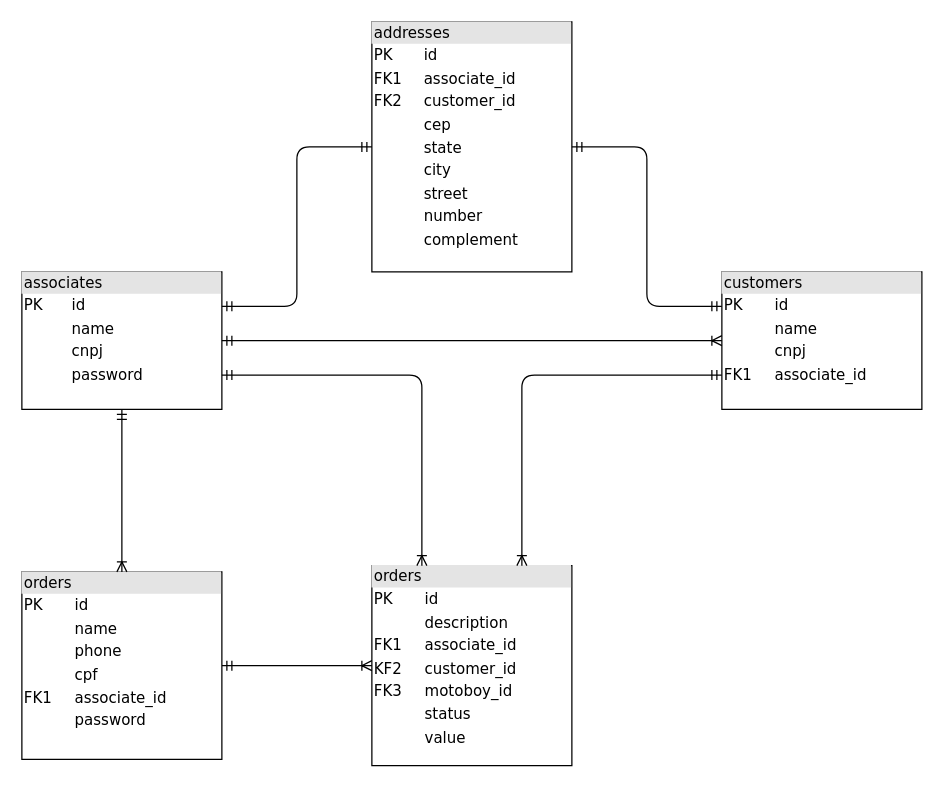
Before: diagram-relational.drawio in juliolmuller/ufpr-delivery-api, a draw.io diagram. Source tidied: cells renumbered, new cells numbered last; positions are measured from the earlier drawing's top-left corner, leaving out a move shared by most shapes. Both pictures are drawn from the tidied source at 125%, with x=0, y=0 at pixel (21, 21).
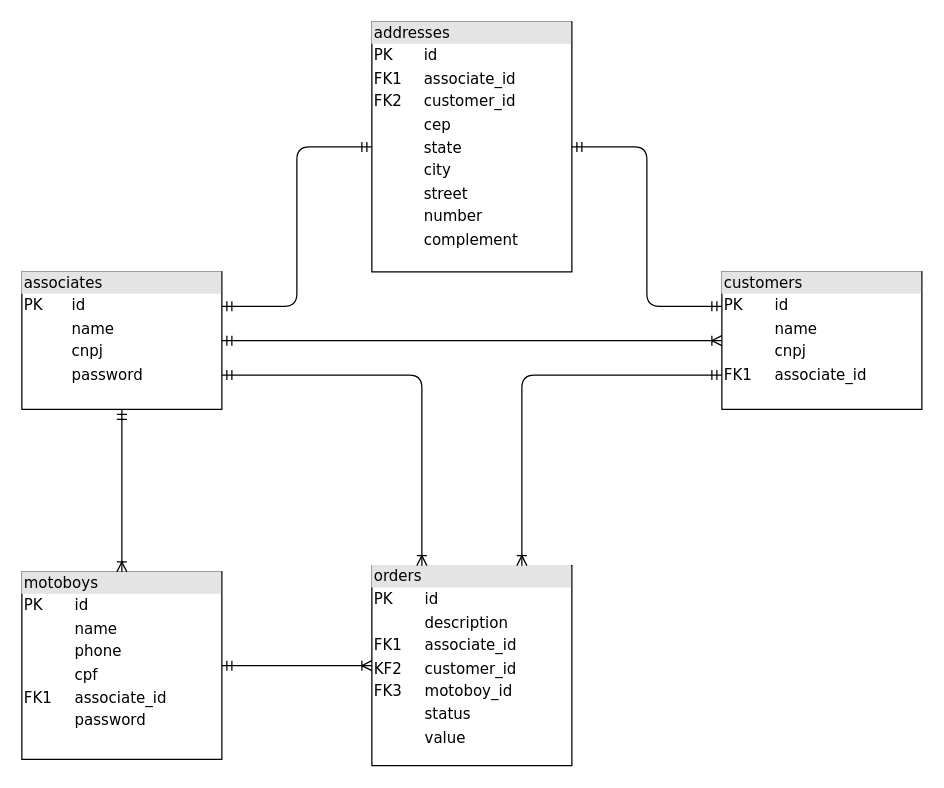
The same diagram, later.

Commit message (it also covers changes not shown here):
Fix table name

Diff of the diagram source:
```diff
@@
 <mxGraphModel>
   <root>
     <mxCell id="0" />
     <mxCell id="1" parent="0" />
     <mxCell id="2" value="&lt;div style=&quot;box-sizing: border-box ; width: 100% ; background: #e4e4e4 ; padding: 2px&quot;&gt;addresses&lt;/div&gt;&lt;table style=&quot;width: 100% ; font-size: 1em&quot; cellpadding=&quot;2&quot; cellspacing=&quot;0&quot;&gt;&lt;tbody&gt;&lt;tr&gt;&lt;td&gt;PK&lt;/td&gt;&lt;td&gt;id&lt;/td&gt;&lt;/tr&gt;&lt;tr&gt;&lt;td&gt;FK1&lt;/td&gt;&lt;td&gt;associate_id&lt;/td&gt;&lt;/tr&gt;&lt;tr&gt;&lt;td&gt;FK2&lt;/td&gt;&lt;td&gt;customer_id&lt;/td&gt;&lt;/tr&gt;&lt;tr&gt;&lt;td&gt;&lt;br&gt;&lt;/td&gt;&lt;td&gt;cep&lt;/td&gt;&lt;/tr&gt;&lt;tr&gt;&lt;td&gt;&lt;br&gt;&lt;/td&gt;&lt;td&gt;state&lt;br&gt;&lt;/td&gt;&lt;/tr&gt;&lt;tr&gt;&lt;td&gt;&lt;br&gt;&lt;/td&gt;&lt;td&gt;city&lt;br&gt;&lt;/td&gt;&lt;/tr&gt;&lt;tr&gt;&lt;td&gt;&lt;br&gt;&lt;/td&gt;&lt;td&gt;street&lt;br&gt;&lt;/td&gt;&lt;/tr&gt;&lt;tr&gt;&lt;td&gt;&lt;br&gt;&lt;/td&gt;&lt;td&gt;number&lt;br&gt;&lt;/td&gt;&lt;/tr&gt;&lt;tr&gt;&lt;td&gt;&lt;br&gt;&lt;/td&gt;&lt;td&gt;complement&lt;/td&gt;&lt;/tr&gt;&lt;tr&gt;&lt;td&gt;&lt;br&gt;&lt;/td&gt;&lt;td&gt;&lt;/td&gt;&lt;/tr&gt;&lt;/tbody&gt;&lt;/table&gt;" style="verticalAlign=top;align=left;overflow=fill;html=1;rounded=0;shadow=0;comic=0;labelBackgroundColor=none;strokeWidth=1;fontFamily=Verdana;fontSize=12;" parent="1" vertex="1">
       <mxGeometry x="280" width="160" height="200" as="geometry" />
     </mxCell>
     <mxCell id="3" value="&lt;div style=&quot;box-sizing: border-box ; width: 100% ; background: #e4e4e4 ; padding: 2px&quot;&gt;orders&lt;/div&gt;&lt;table style=&quot;width: 100% ; font-size: 1em&quot; cellpadding=&quot;2&quot; cellspacing=&quot;0&quot;&gt;&lt;tbody&gt;&lt;tr&gt;&lt;td&gt;PK&lt;/td&gt;&lt;td&gt;id&lt;/td&gt;&lt;/tr&gt;&lt;tr&gt;&lt;td&gt;&lt;br&gt;&lt;/td&gt;&lt;td&gt;description&lt;/td&gt;&lt;/tr&gt;&lt;tr&gt;&lt;td&gt;FK1&lt;/td&gt;&lt;td&gt;associate_id&lt;/td&gt;&lt;/tr&gt;&lt;tr&gt;&lt;td&gt;KF2&lt;/td&gt;&lt;td&gt;customer_id&lt;br&gt;&lt;/td&gt;&lt;/tr&gt;&lt;tr&gt;&lt;td&gt;FK3&lt;/td&gt;&lt;td&gt;motoboy_id&lt;br&gt;&lt;/td&gt;&lt;/tr&gt;&lt;tr&gt;&lt;td&gt;&lt;br&gt;&lt;/td&gt;&lt;td&gt;status&lt;br&gt;&lt;/td&gt;&lt;/tr&gt;&lt;tr&gt;&lt;td&gt;&lt;br&gt;&lt;/td&gt;&lt;td&gt;value&lt;br&gt;&lt;/td&gt;&lt;/tr&gt;&lt;tr&gt;&lt;td&gt;&lt;br&gt;&lt;/td&gt;&lt;td&gt;&lt;br&gt;&lt;/td&gt;&lt;/tr&gt;&lt;/tbody&gt;&lt;/table&gt;" style="verticalAlign=top;align=left;overflow=fill;html=1;rounded=0;shadow=0;comic=0;labelBackgroundColor=none;strokeWidth=1;fontFamily=Verdana;fontSize=12;" parent="1" vertex="1">
       <mxGeometry x="280" y="435" width="160" height="160" as="geometry" />
     </mxCell>
     <mxCell id="4" value="&lt;div style=&quot;box-sizing: border-box ; width: 100% ; background: #e4e4e4 ; padding: 2px&quot;&gt;associates&lt;/div&gt;&lt;table style=&quot;width: 100% ; font-size: 1em&quot; cellpadding=&quot;2&quot; cellspacing=&quot;0&quot;&gt;&lt;tbody&gt;&lt;tr&gt;&lt;td&gt;PK&lt;/td&gt;&lt;td&gt;id&lt;/td&gt;&lt;/tr&gt;&lt;tr&gt;&lt;td&gt;&lt;br&gt;&lt;/td&gt;&lt;td&gt;name&lt;/td&gt;&lt;/tr&gt;&lt;tr&gt;&lt;td&gt;&lt;/td&gt;&lt;td&gt;cnpj&lt;/td&gt;&lt;/tr&gt;&lt;tr&gt;&lt;td&gt;&lt;br&gt;&lt;/td&gt;&lt;td&gt;password&lt;/td&gt;&lt;/tr&gt;&lt;tr&gt;&lt;td&gt;&lt;br&gt;&lt;/td&gt;&lt;td&gt;&lt;br&gt;&lt;/td&gt;&lt;/tr&gt;&lt;/tbody&gt;&lt;/table&gt;" style="verticalAlign=top;align=left;overflow=fill;html=1;rounded=0;shadow=0;comic=0;labelBackgroundColor=none;strokeWidth=1;fontFamily=Verdana;fontSize=12;" parent="1" vertex="1">
       <mxGeometry y="200" width="160" height="110" as="geometry" />
     </mxCell>
     <mxCell id="5" style="edgeStyle=orthogonalEdgeStyle;html=1;endArrow=ERoneToMany;startArrow=ERmandOne;labelBackgroundColor=none;fontFamily=Verdana;fontSize=12;align=left;exitX=1;exitY=0.75;exitDx=0;exitDy=0;entryX=0.25;entryY=0;entryDx=0;entryDy=0;" parent="1" edge="1" source="4" target="3">
       <mxGeometry relative="1" as="geometry" />
     </mxCell>
     <mxCell id="6" style="edgeStyle=orthogonalEdgeStyle;html=1;endArrow=ERmandOne;startArrow=ERmandOne;labelBackgroundColor=none;fontFamily=Verdana;fontSize=12;align=left;endFill=0;exitX=0;exitY=0.25;exitDx=0;exitDy=0;" parent="1" edge="1" source="10" target="2">
       <mxGeometry relative="1" as="geometry" />
     </mxCell>
     <mxCell id="7" style="edgeStyle=orthogonalEdgeStyle;html=1;endArrow=ERmandOne;startArrow=ERmandOne;labelBackgroundColor=none;fontFamily=Verdana;fontSize=12;align=left;endFill=0;exitX=1;exitY=0.25;exitDx=0;exitDy=0;" parent="1" edge="1" source="4" target="2">
       <mxGeometry relative="1" as="geometry" />
     </mxCell>
     <mxCell id="8" style="edgeStyle=orthogonalEdgeStyle;html=1;endArrow=ERoneToMany;startArrow=ERmandOne;labelBackgroundColor=none;fontFamily=Verdana;fontSize=12;align=left;exitX=0;exitY=0.75;exitDx=0;exitDy=0;entryX=0.75;entryY=0;entryDx=0;entryDy=0;" parent="1" edge="1" source="10" target="3">
       <mxGeometry relative="1" as="geometry" />
     </mxCell>
     <mxCell id="9" style="edgeStyle=orthogonalEdgeStyle;html=1;endArrow=ERoneToMany;startArrow=ERmandOne;labelBackgroundColor=none;fontFamily=Verdana;fontSize=12;align=left;" parent="1" edge="1" source="12" target="3">
       <mxGeometry relative="1" as="geometry" />
     </mxCell>
     <mxCell id="10" value="&lt;div style=&quot;box-sizing: border-box ; width: 100% ; background: #e4e4e4 ; padding: 2px&quot;&gt;customers&lt;/div&gt;&lt;table style=&quot;width: 100% ; font-size: 1em&quot; cellpadding=&quot;2&quot; cellspacing=&quot;0&quot;&gt;&lt;tbody&gt;&lt;tr&gt;&lt;td&gt;PK&lt;/td&gt;&lt;td&gt;id&lt;/td&gt;&lt;/tr&gt;&lt;tr&gt;&lt;td&gt;&lt;br&gt;&lt;/td&gt;&lt;td&gt;name&lt;/td&gt;&lt;/tr&gt;&lt;tr&gt;&lt;td&gt;&lt;/td&gt;&lt;td&gt;cnpj&lt;/td&gt;&lt;/tr&gt;&lt;tr&gt;&lt;td&gt;FK1&lt;/td&gt;&lt;td&gt;associate_id&lt;/td&gt;&lt;/tr&gt;&lt;tr&gt;&lt;td&gt;&lt;br&gt;&lt;/td&gt;&lt;td&gt;&lt;br&gt;&lt;/td&gt;&lt;/tr&gt;&lt;/tbody&gt;&lt;/table&gt;" style="verticalAlign=top;align=left;overflow=fill;html=1;rounded=0;shadow=0;comic=0;labelBackgroundColor=none;strokeWidth=1;fontFamily=Verdana;fontSize=12;" parent="1" vertex="1">
       <mxGeometry x="560" y="200" width="160" height="110" as="geometry" />
     </mxCell>
     <mxCell id="11" style="edgeStyle=orthogonalEdgeStyle;html=1;endArrow=ERoneToMany;startArrow=ERmandOne;labelBackgroundColor=none;fontFamily=Verdana;fontSize=12;align=left;" parent="1" edge="1" source="4" target="10">
       <mxGeometry relative="1" as="geometry" />
     </mxCell>
-    <mxCell id="12" value="&lt;div style=&quot;box-sizing: border-box ; width: 100% ; background: #e4e4e4 ; padding: 2px&quot;&gt;orders&lt;/div&gt;&lt;table style=&quot;width: 100% ; font-size: 1em&quot; cellpadding=&quot;2&quot; cellspacing=&quot;0&quot;&gt;&lt;tbody&gt;&lt;tr&gt;&lt;td&gt;PK&lt;/td&gt;&lt;td&gt;id&lt;/td&gt;&lt;/tr&gt;&lt;tr&gt;&lt;td&gt;&lt;br&gt;&lt;/td&gt;&lt;td&gt;name&lt;/td&gt;&lt;/tr&gt;&lt;tr&gt;&lt;td&gt;&lt;/td&gt;&lt;td&gt;phone&lt;/td&gt;&lt;/tr&gt;&lt;tr&gt;&lt;td&gt;&lt;br&gt;&lt;/td&gt;&lt;td&gt;cpf&lt;br&gt;&lt;/td&gt;&lt;/tr&gt;&lt;tr&gt;&lt;td&gt;FK1&lt;/td&gt;&lt;td&gt;associate_id&lt;br&gt;&lt;/td&gt;&lt;/tr&gt;&lt;tr&gt;&lt;td&gt;&lt;br&gt;&lt;/td&gt;&lt;td&gt;password&lt;br&gt;&lt;/td&gt;&lt;/tr&gt;&lt;tr&gt;&lt;td&gt;&lt;br&gt;&lt;/td&gt;&lt;td&gt;&lt;br&gt;&lt;/td&gt;&lt;/tr&gt;&lt;/tbody&gt;&lt;/table&gt;" style="verticalAlign=top;align=left;overflow=fill;html=1;rounded=0;shadow=0;comic=0;labelBackgroundColor=none;strokeWidth=1;fontFamily=Verdana;fontSize=12;" parent="1" vertex="1">
+    <mxCell id="12" value="&lt;div style=&quot;box-sizing: border-box ; width: 100% ; background: #e4e4e4 ; padding: 2px&quot;&gt;motoboys&lt;/div&gt;&lt;table style=&quot;width: 100% ; font-size: 1em&quot; cellpadding=&quot;2&quot; cellspacing=&quot;0&quot;&gt;&lt;tbody&gt;&lt;tr&gt;&lt;td&gt;PK&lt;/td&gt;&lt;td&gt;id&lt;/td&gt;&lt;/tr&gt;&lt;tr&gt;&lt;td&gt;&lt;br&gt;&lt;/td&gt;&lt;td&gt;name&lt;/td&gt;&lt;/tr&gt;&lt;tr&gt;&lt;td&gt;&lt;/td&gt;&lt;td&gt;phone&lt;/td&gt;&lt;/tr&gt;&lt;tr&gt;&lt;td&gt;&lt;br&gt;&lt;/td&gt;&lt;td&gt;cpf&lt;br&gt;&lt;/td&gt;&lt;/tr&gt;&lt;tr&gt;&lt;td&gt;FK1&lt;/td&gt;&lt;td&gt;associate_id&lt;br&gt;&lt;/td&gt;&lt;/tr&gt;&lt;tr&gt;&lt;td&gt;&lt;br&gt;&lt;/td&gt;&lt;td&gt;password&lt;br&gt;&lt;/td&gt;&lt;/tr&gt;&lt;tr&gt;&lt;td&gt;&lt;br&gt;&lt;/td&gt;&lt;td&gt;&lt;br&gt;&lt;/td&gt;&lt;/tr&gt;&lt;/tbody&gt;&lt;/table&gt;" style="verticalAlign=top;align=left;overflow=fill;html=1;rounded=0;shadow=0;comic=0;labelBackgroundColor=none;strokeWidth=1;fontFamily=Verdana;fontSize=12;" parent="1" vertex="1">
       <mxGeometry y="440" width="160" height="150" as="geometry" />
     </mxCell>
     <mxCell id="13" style="edgeStyle=orthogonalEdgeStyle;html=1;endArrow=ERoneToMany;startArrow=ERmandOne;labelBackgroundColor=none;fontFamily=Verdana;fontSize=12;align=left;" parent="1" edge="1" source="4" target="12">
       <mxGeometry relative="1" as="geometry" />
     </mxCell>
   </root>
 </mxGraphModel>
```
